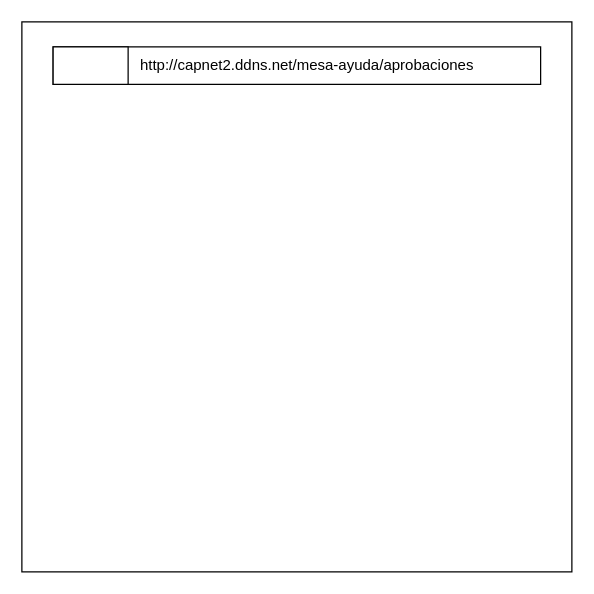
The draw.io diagram page "Panel-Control-Consultor" (2 of 2) of Mockups/MesaDeAyuda UI.drawio in emmanuelvalentin99/gum-asuntos, before the edit. Source tidied: cells renumbered, new cells numbered last; positions are measured from the earlier drawing's top-left corner, leaving out a move shared by most shapes. Both pictures are drawn from the tidied source at 125%, with x=0, y=0 at pixel (21, 21).
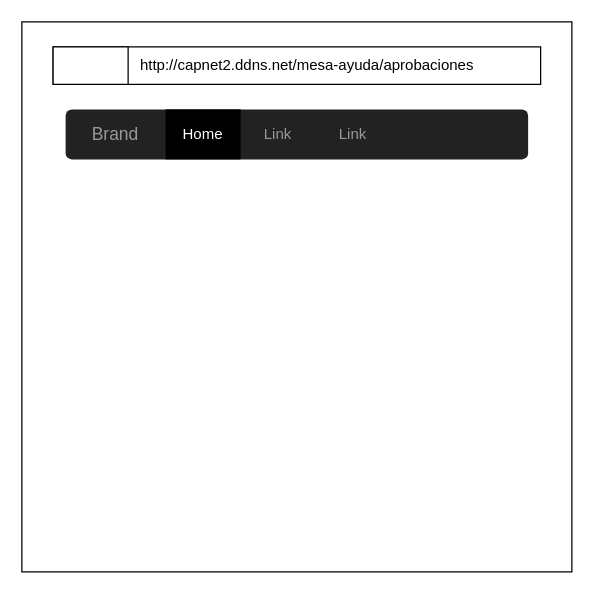
After the change.

Change to the diagram source:
```diff
@@
 <mxGraphModel>
   <root>
     <mxCell id="0" />
     <mxCell id="1" parent="0" />
     <mxCell id="2" style="whiteSpace=wrap;html=1;" parent="1" vertex="1">
       <mxGeometry width="440" height="440" as="geometry" />
     </mxCell>
     <mxCell id="3" value="&amp;nbsp; &amp;nbsp; &amp;nbsp; http://capnet2.ddns.net/mesa-ayuda/aprobaciones&amp;nbsp;" style="rounded=0;whiteSpace=wrap;html=1;" parent="1" vertex="1">
       <mxGeometry x="25" y="20" width="390" height="30" as="geometry" />
     </mxCell>
     <mxCell id="4" style="rounded=0;whiteSpace=wrap;html=1;" parent="1" vertex="1">
       <mxGeometry x="25" y="20" width="60" height="30" as="geometry" />
     </mxCell>
+    <mxCell id="5" style="html=1;shadow=0;dashed=0;shape=mxgraph.bootstrap.rrect;strokeColor=none;rSize=5;fillColor=#222222;" parent="1" vertex="1">
+      <mxGeometry x="35" y="70" width="370" height="40" as="geometry" />
+    </mxCell>
+    <mxCell id="6" value="Brand" style="html=1;shadow=0;dashed=0;shape=mxgraph.bootstrap.rect;strokeColor=none;fillColor=none;fontColor=#999999;fontSize=14;whiteSpace=wrap;" parent="5" vertex="1">
+      <mxGeometry width="80" height="40" relative="1" as="geometry" />
+    </mxCell>
+    <mxCell id="7" value="Home" style="html=1;shadow=0;dashed=0;shape=mxgraph.bootstrap.rect;fillColor=#000000;strokeColor=none;fontColor=#ffffff;whiteSpace=wrap;" parent="5" vertex="1">
+      <mxGeometry width="60" height="40" relative="1" as="geometry">
+        <mxPoint x="80" as="offset" />
+      </mxGeometry>
+    </mxCell>
+    <mxCell id="8" value="Link" style="html=1;shadow=0;dashed=0;shape=mxgraph.bootstrap.rect;strokeColor=none;fillColor=none;fontColor=#999999;whiteSpace=wrap;" parent="5" vertex="1">
+      <mxGeometry width="60" height="40" relative="1" as="geometry">
+        <mxPoint x="140" as="offset" />
+      </mxGeometry>
+    </mxCell>
+    <mxCell id="9" value="Link" style="html=1;shadow=0;dashed=0;shape=mxgraph.bootstrap.rect;strokeColor=none;fillColor=none;fontColor=#999999;whiteSpace=wrap;" parent="5" vertex="1">
+      <mxGeometry width="60" height="40" relative="1" as="geometry">
+        <mxPoint x="200" as="offset" />
+      </mxGeometry>
+    </mxCell>
   </root>
 </mxGraphModel>
```
